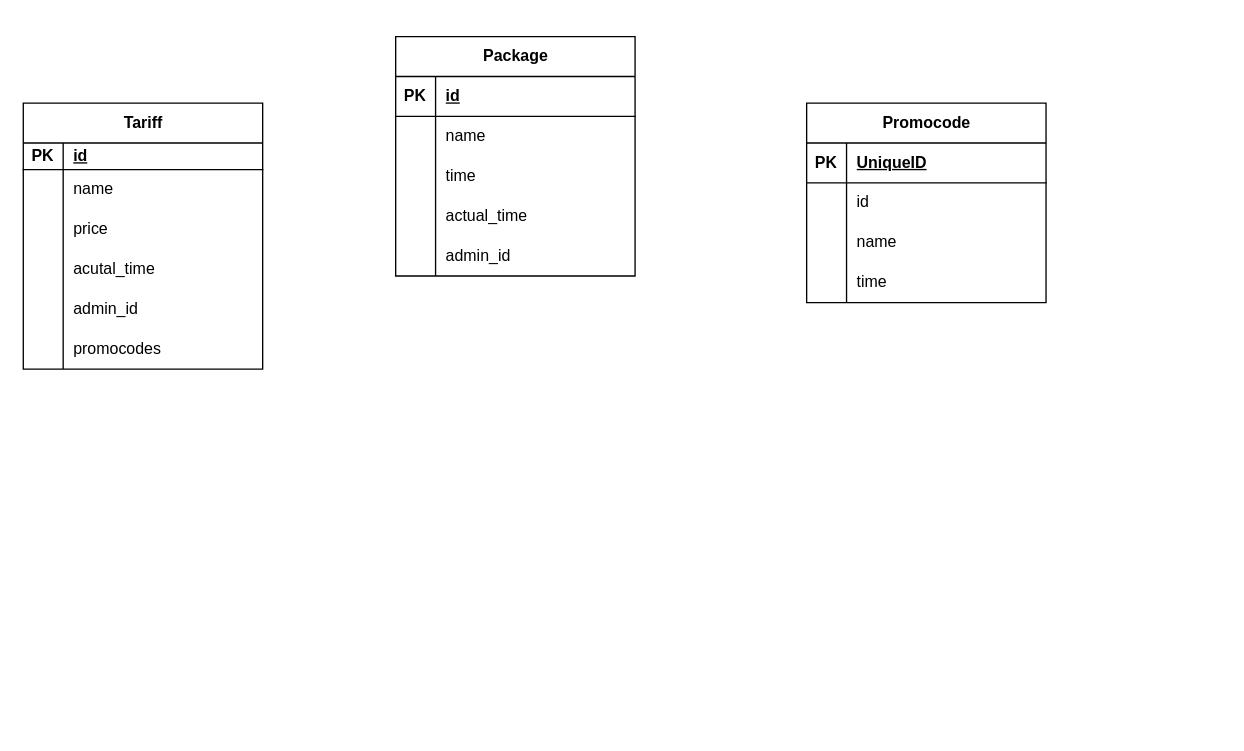
This is Диаграмма без названия.drawio from Asliddin3/api-gateway, a draw.io file, before an edit. Source tidied: cells renumbered, new cells numbered last; positions are measured from the earlier drawing's top-left corner, leaving out a move shared by most shapes. Both pictures are drawn from the tidied source at 133%, with x=0, y=0 at pixel (23, 36).
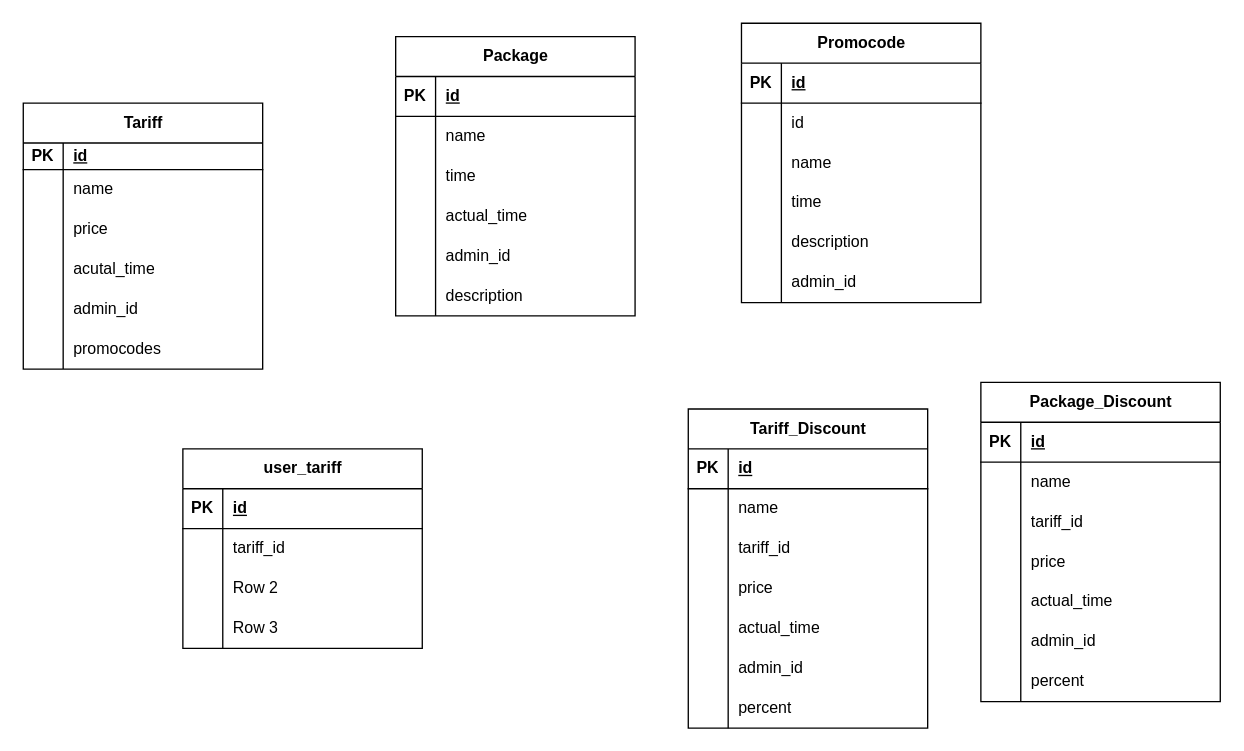
The same page after the edit.

Unchanged cells that the change refers to:
```xml
<mxCell id="38" style="shape=tableRow;horizontal=0;startSize=0;swimlaneHead=0;swimlaneBody=0;fillColor=none;top=0;left=0;right=0;bottom=1;" parent="37" vertex="1">
  <mxGeometry y="30" width="180" height="30" as="geometry" />
</mxCell>
```

Change to the diagram source:
```diff
@@
     <mxCell id="21" value="Package" style="shape=table;startSize=30;childLayout=tableLayout;rowLines=0;fontStyle=1;align=center;html=1;" parent="1" vertex="1">
-      <mxGeometry x="280" width="180" height="180" as="geometry" />
+      <mxGeometry x="280" width="180" height="210" as="geometry" />
     </mxCell>
@@
+    <mxCell id="50" style="shape=tableRow;horizontal=0;startSize=0;swimlaneHead=0;swimlaneBody=0;fillColor=none;top=0;left=0;right=0;bottom=0;" parent="21" vertex="1">
+      <mxGeometry y="180" width="180" height="30" as="geometry" />
+    </mxCell>
+    <mxCell id="51" style="shape=partialRectangle;fillColor=none;top=0;left=0;bottom=0;right=0;overflow=hidden;whiteSpace=wrap;html=1;" parent="50" vertex="1">
+      <mxGeometry width="30" height="30" as="geometry" />
+    </mxCell>
+    <mxCell id="52" value="description" style="shape=partialRectangle;fillColor=none;top=0;left=0;bottom=0;right=0;align=left;spacingLeft=6;overflow=hidden;whiteSpace=wrap;html=1;" parent="50" vertex="1">
+      <mxGeometry x="30" width="150" height="30" as="geometry" />
+    </mxCell>
     <mxCell id="37" value="Promocode" style="shape=table;startSize=30;childLayout=tableLayout;rowLines=0;fontStyle=1;align=center;html=1;" parent="1" vertex="1">
-      <mxGeometry x="589" y="50" width="180" height="150" as="geometry" />
+      <mxGeometry x="540" y="-10" width="180" height="210" as="geometry" />
     </mxCell>
@@
-    <mxCell id="40" value="UniqueID" style="shape=partialRectangle;fillColor=none;top=0;left=0;bottom=0;right=0;align=left;spacingLeft=6;fontStyle=5;overflow=hidden;whiteSpace=wrap;html=1;" parent="38" vertex="1">
+    <mxCell id="40" value="id" style="shape=partialRectangle;fillColor=none;top=0;left=0;bottom=0;right=0;align=left;spacingLeft=6;fontStyle=5;overflow=hidden;whiteSpace=wrap;html=1;" parent="38" vertex="1">
       <mxGeometry x="30" width="150" height="30" as="geometry" />
     </mxCell>
@@
+    <mxCell id="53" style="shape=tableRow;horizontal=0;startSize=0;swimlaneHead=0;swimlaneBody=0;fillColor=none;top=0;left=0;right=0;bottom=0;" parent="37" vertex="1">
+      <mxGeometry y="150" width="180" height="30" as="geometry" />
+    </mxCell>
+    <mxCell id="54" style="shape=partialRectangle;fillColor=none;top=0;left=0;bottom=0;right=0;overflow=hidden;whiteSpace=wrap;html=1;" parent="53" vertex="1">
+      <mxGeometry width="30" height="30" as="geometry" />
+    </mxCell>
+    <mxCell id="55" value="description" style="shape=partialRectangle;fillColor=none;top=0;left=0;bottom=0;right=0;align=left;spacingLeft=6;overflow=hidden;whiteSpace=wrap;html=1;" parent="53" vertex="1">
+      <mxGeometry x="30" width="150" height="30" as="geometry" />
+    </mxCell>
+    <mxCell id="56" style="shape=tableRow;horizontal=0;startSize=0;swimlaneHead=0;swimlaneBody=0;fillColor=none;top=0;left=0;right=0;bottom=0;" parent="37" vertex="1">
+      <mxGeometry y="180" width="180" height="30" as="geometry" />
+    </mxCell>
+    <mxCell id="57" style="shape=partialRectangle;fillColor=none;top=0;left=0;bottom=0;right=0;overflow=hidden;whiteSpace=wrap;html=1;" parent="56" vertex="1">
+      <mxGeometry width="30" height="30" as="geometry" />
+    </mxCell>
+    <mxCell id="58" value="admin_id" style="shape=partialRectangle;fillColor=none;top=0;left=0;bottom=0;right=0;align=left;spacingLeft=6;overflow=hidden;whiteSpace=wrap;html=1;" parent="56" vertex="1">
+      <mxGeometry x="30" width="150" height="30" as="geometry" />
+    </mxCell>
+    <mxCell id="59" value="Tariff_Discount" style="shape=table;startSize=30;childLayout=tableLayout;rowLines=0;fontStyle=1;align=center;html=1;" parent="1" vertex="1">
+      <mxGeometry x="500" y="280" width="180" height="240" as="geometry" />
+    </mxCell>
+    <mxCell id="60" style="shape=tableRow;horizontal=0;startSize=0;swimlaneHead=0;swimlaneBody=0;fillColor=none;top=0;left=0;right=0;bottom=1;" parent="59" vertex="1">
+      <mxGeometry y="30" width="180" height="30" as="geometry" />
+    </mxCell>
+    <mxCell id="61" value="PK" style="shape=partialRectangle;fillColor=none;top=0;left=0;bottom=0;right=0;fontStyle=1;overflow=hidden;whiteSpace=wrap;html=1;" parent="60" vertex="1">
+      <mxGeometry width="30" height="30" as="geometry" />
+    </mxCell>
+    <mxCell id="62" value="id" style="shape=partialRectangle;fillColor=none;top=0;left=0;bottom=0;right=0;align=left;spacingLeft=6;fontStyle=5;overflow=hidden;whiteSpace=wrap;html=1;" parent="60" vertex="1">
+      <mxGeometry x="30" width="150" height="30" as="geometry" />
+    </mxCell>
+    <mxCell id="63" style="shape=tableRow;horizontal=0;startSize=0;swimlaneHead=0;swimlaneBody=0;fillColor=none;top=0;left=0;right=0;bottom=0;" parent="59" vertex="1">
+      <mxGeometry y="60" width="180" height="30" as="geometry" />
+    </mxCell>
+    <mxCell id="64" style="shape=partialRectangle;fillColor=none;top=0;left=0;bottom=0;right=0;overflow=hidden;whiteSpace=wrap;html=1;" parent="63" vertex="1">
+      <mxGeometry width="30" height="30" as="geometry" />
+    </mxCell>
+    <mxCell id="65" value="name" style="shape=partialRectangle;fillColor=none;top=0;left=0;bottom=0;right=0;align=left;spacingLeft=6;overflow=hidden;whiteSpace=wrap;html=1;" parent="63" vertex="1">
+      <mxGeometry x="30" width="150" height="30" as="geometry" />
+    </mxCell>
+    <mxCell id="66" style="shape=tableRow;horizontal=0;startSize=0;swimlaneHead=0;swimlaneBody=0;fillColor=none;top=0;left=0;right=0;bottom=0;" parent="59" vertex="1">
+      <mxGeometry y="90" width="180" height="30" as="geometry" />
+    </mxCell>
+    <mxCell id="67" style="shape=partialRectangle;fillColor=none;top=0;left=0;bottom=0;right=0;overflow=hidden;whiteSpace=wrap;html=1;" parent="66" vertex="1">
+      <mxGeometry width="30" height="30" as="geometry" />
+    </mxCell>
+    <mxCell id="68" value="tariff_id" style="shape=partialRectangle;fillColor=none;top=0;left=0;bottom=0;right=0;align=left;spacingLeft=6;overflow=hidden;whiteSpace=wrap;html=1;" parent="66" vertex="1">
+      <mxGeometry x="30" width="150" height="30" as="geometry" />
+    </mxCell>
+    <mxCell id="69" style="shape=tableRow;horizontal=0;startSize=0;swimlaneHead=0;swimlaneBody=0;fillColor=none;top=0;left=0;right=0;bottom=0;" parent="59" vertex="1">
+      <mxGeometry y="120" width="180" height="30" as="geometry" />
+    </mxCell>
+    <mxCell id="70" style="shape=partialRectangle;fillColor=none;top=0;left=0;bottom=0;right=0;overflow=hidden;whiteSpace=wrap;html=1;" parent="69" vertex="1">
+      <mxGeometry width="30" height="30" as="geometry" />
+    </mxCell>
+    <mxCell id="71" value="price" style="shape=partialRectangle;fillColor=none;top=0;left=0;bottom=0;right=0;align=left;spacingLeft=6;overflow=hidden;whiteSpace=wrap;html=1;" parent="69" vertex="1">
+      <mxGeometry x="30" width="150" height="30" as="geometry" />
+    </mxCell>
+    <mxCell id="72" style="shape=tableRow;horizontal=0;startSize=0;swimlaneHead=0;swimlaneBody=0;fillColor=none;top=0;left=0;right=0;bottom=0;" parent="59" vertex="1">
+      <mxGeometry y="150" width="180" height="30" as="geometry" />
+    </mxCell>
+    <mxCell id="73" style="shape=partialRectangle;fillColor=none;top=0;left=0;bottom=0;right=0;overflow=hidden;whiteSpace=wrap;html=1;" parent="72" vertex="1">
+      <mxGeometry width="30" height="30" as="geometry" />
+    </mxCell>
+    <mxCell id="74" value="actual_time" style="shape=partialRectangle;fillColor=none;top=0;left=0;bottom=0;right=0;align=left;spacingLeft=6;overflow=hidden;whiteSpace=wrap;html=1;" parent="72" vertex="1">
+      <mxGeometry x="30" width="150" height="30" as="geometry" />
+    </mxCell>
+    <mxCell id="75" style="shape=tableRow;horizontal=0;startSize=0;swimlaneHead=0;swimlaneBody=0;fillColor=none;top=0;left=0;right=0;bottom=0;" parent="59" vertex="1">
+      <mxGeometry y="180" width="180" height="30" as="geometry" />
+    </mxCell>
+    <mxCell id="76" style="shape=partialRectangle;fillColor=none;top=0;left=0;bottom=0;right=0;overflow=hidden;whiteSpace=wrap;html=1;" parent="75" vertex="1">
+      <mxGeometry width="30" height="30" as="geometry" />
+    </mxCell>
+    <mxCell id="77" value="admin_id" style="shape=partialRectangle;fillColor=none;top=0;left=0;bottom=0;right=0;align=left;spacingLeft=6;overflow=hidden;whiteSpace=wrap;html=1;" parent="75" vertex="1">
+      <mxGeometry x="30" width="150" height="30" as="geometry" />
+    </mxCell>
+    <mxCell id="78" style="shape=tableRow;horizontal=0;startSize=0;swimlaneHead=0;swimlaneBody=0;fillColor=none;top=0;left=0;right=0;bottom=0;" parent="59" vertex="1">
+      <mxGeometry y="210" width="180" height="30" as="geometry" />
+    </mxCell>
+    <mxCell id="79" style="shape=partialRectangle;fillColor=none;top=0;left=0;bottom=0;right=0;overflow=hidden;whiteSpace=wrap;html=1;" parent="78" vertex="1">
+      <mxGeometry width="30" height="30" as="geometry" />
+    </mxCell>
+    <mxCell id="80" value="percent" style="shape=partialRectangle;fillColor=none;top=0;left=0;bottom=0;right=0;align=left;spacingLeft=6;overflow=hidden;whiteSpace=wrap;html=1;" parent="78" vertex="1">
+      <mxGeometry x="30" width="150" height="30" as="geometry" />
+    </mxCell>
+    <mxCell id="81" value="user_tariff" style="shape=table;startSize=30;childLayout=tableLayout;rowLines=0;fontStyle=1;align=center;html=1;" parent="1" vertex="1">
+      <mxGeometry x="120" y="310" width="180" height="150" as="geometry" />
+    </mxCell>
+    <mxCell id="82" style="shape=tableRow;horizontal=0;startSize=0;swimlaneHead=0;swimlaneBody=0;fillColor=none;top=0;left=0;right=0;bottom=1;" parent="81" vertex="1">
+      <mxGeometry y="30" width="180" height="30" as="geometry" />
+    </mxCell>
+    <mxCell id="83" value="PK" style="shape=partialRectangle;fillColor=none;top=0;left=0;bottom=0;right=0;fontStyle=1;overflow=hidden;whiteSpace=wrap;html=1;" parent="82" vertex="1">
+      <mxGeometry width="30" height="30" as="geometry" />
+    </mxCell>
+    <mxCell id="84" value="id" style="shape=partialRectangle;fillColor=none;top=0;left=0;bottom=0;right=0;align=left;spacingLeft=6;fontStyle=5;overflow=hidden;whiteSpace=wrap;html=1;" parent="82" vertex="1">
+      <mxGeometry x="30" width="150" height="30" as="geometry" />
+    </mxCell>
+    <mxCell id="85" style="shape=tableRow;horizontal=0;startSize=0;swimlaneHead=0;swimlaneBody=0;fillColor=none;top=0;left=0;right=0;bottom=0;" parent="81" vertex="1">
+      <mxGeometry y="60" width="180" height="30" as="geometry" />
+    </mxCell>
+    <mxCell id="86" style="shape=partialRectangle;fillColor=none;top=0;left=0;bottom=0;right=0;overflow=hidden;whiteSpace=wrap;html=1;" parent="85" vertex="1">
+      <mxGeometry width="30" height="30" as="geometry" />
+    </mxCell>
+    <mxCell id="87" value="tariff_id" style="shape=partialRectangle;fillColor=none;top=0;left=0;bottom=0;right=0;align=left;spacingLeft=6;overflow=hidden;whiteSpace=wrap;html=1;" parent="85" vertex="1">
+      <mxGeometry x="30" width="150" height="30" as="geometry" />
+    </mxCell>
+    <mxCell id="88" style="shape=tableRow;horizontal=0;startSize=0;swimlaneHead=0;swimlaneBody=0;fillColor=none;top=0;left=0;right=0;bottom=0;" parent="81" vertex="1">
+      <mxGeometry y="90" width="180" height="30" as="geometry" />
+    </mxCell>
+    <mxCell id="89" style="shape=partialRectangle;fillColor=none;top=0;left=0;bottom=0;right=0;overflow=hidden;whiteSpace=wrap;html=1;" parent="88" vertex="1">
+      <mxGeometry width="30" height="30" as="geometry" />
+    </mxCell>
+    <mxCell id="90" value="Row 2" style="shape=partialRectangle;fillColor=none;top=0;left=0;bottom=0;right=0;align=left;spacingLeft=6;overflow=hidden;whiteSpace=wrap;html=1;" parent="88" vertex="1">
+      <mxGeometry x="30" width="150" height="30" as="geometry" />
+    </mxCell>
+    <mxCell id="91" style="shape=tableRow;horizontal=0;startSize=0;swimlaneHead=0;swimlaneBody=0;fillColor=none;top=0;left=0;right=0;bottom=0;" parent="81" vertex="1">
+      <mxGeometry y="120" width="180" height="30" as="geometry" />
+    </mxCell>
+    <mxCell id="92" style="shape=partialRectangle;fillColor=none;top=0;left=0;bottom=0;right=0;overflow=hidden;whiteSpace=wrap;html=1;" parent="91" vertex="1">
+      <mxGeometry width="30" height="30" as="geometry" />
+    </mxCell>
+    <mxCell id="93" value="Row 3" style="shape=partialRectangle;fillColor=none;top=0;left=0;bottom=0;right=0;align=left;spacingLeft=6;overflow=hidden;whiteSpace=wrap;html=1;" parent="91" vertex="1">
+      <mxGeometry x="30" width="150" height="30" as="geometry" />
+    </mxCell>
+    <mxCell id="94" value="Package_Discount" style="shape=table;startSize=30;childLayout=tableLayout;rowLines=0;fontStyle=1;align=center;html=1;" parent="1" vertex="1">
+      <mxGeometry x="720" y="260" width="180" height="240" as="geometry" />
+    </mxCell>
+    <mxCell id="95" style="shape=tableRow;horizontal=0;startSize=0;swimlaneHead=0;swimlaneBody=0;fillColor=none;top=0;left=0;right=0;bottom=1;" parent="94" vertex="1">
+      <mxGeometry y="30" width="180" height="30" as="geometry" />
+    </mxCell>
+    <mxCell id="96" value="PK" style="shape=partialRectangle;fillColor=none;top=0;left=0;bottom=0;right=0;fontStyle=1;overflow=hidden;whiteSpace=wrap;html=1;" parent="95" vertex="1">
+      <mxGeometry width="30" height="30" as="geometry" />
+    </mxCell>
+    <mxCell id="97" value="id" style="shape=partialRectangle;fillColor=none;top=0;left=0;bottom=0;right=0;align=left;spacingLeft=6;fontStyle=5;overflow=hidden;whiteSpace=wrap;html=1;" parent="95" vertex="1">
+      <mxGeometry x="30" width="150" height="30" as="geometry" />
+    </mxCell>
+    <mxCell id="98" style="shape=tableRow;horizontal=0;startSize=0;swimlaneHead=0;swimlaneBody=0;fillColor=none;top=0;left=0;right=0;bottom=0;" parent="94" vertex="1">
+      <mxGeometry y="60" width="180" height="30" as="geometry" />
+    </mxCell>
+    <mxCell id="99" style="shape=partialRectangle;fillColor=none;top=0;left=0;bottom=0;right=0;overflow=hidden;whiteSpace=wrap;html=1;" parent="98" vertex="1">
+      <mxGeometry width="30" height="30" as="geometry" />
+    </mxCell>
+    <mxCell id="100" value="name" style="shape=partialRectangle;fillColor=none;top=0;left=0;bottom=0;right=0;align=left;spacingLeft=6;overflow=hidden;whiteSpace=wrap;html=1;" parent="98" vertex="1">
+      <mxGeometry x="30" width="150" height="30" as="geometry" />
+    </mxCell>
+    <mxCell id="101" style="shape=tableRow;horizontal=0;startSize=0;swimlaneHead=0;swimlaneBody=0;fillColor=none;top=0;left=0;right=0;bottom=0;" parent="94" vertex="1">
+      <mxGeometry y="90" width="180" height="30" as="geometry" />
+    </mxCell>
+    <mxCell id="102" style="shape=partialRectangle;fillColor=none;top=0;left=0;bottom=0;right=0;overflow=hidden;whiteSpace=wrap;html=1;" parent="101" vertex="1">
+      <mxGeometry width="30" height="30" as="geometry" />
+    </mxCell>
+    <mxCell id="103" value="tariff_id" style="shape=partialRectangle;fillColor=none;top=0;left=0;bottom=0;right=0;align=left;spacingLeft=6;overflow=hidden;whiteSpace=wrap;html=1;" parent="101" vertex="1">
+      <mxGeometry x="30" width="150" height="30" as="geometry" />
+    </mxCell>
+    <mxCell id="104" style="shape=tableRow;horizontal=0;startSize=0;swimlaneHead=0;swimlaneBody=0;fillColor=none;top=0;left=0;right=0;bottom=0;" parent="94" vertex="1">
+      <mxGeometry y="120" width="180" height="30" as="geometry" />
+    </mxCell>
+    <mxCell id="105" style="shape=partialRectangle;fillColor=none;top=0;left=0;bottom=0;right=0;overflow=hidden;whiteSpace=wrap;html=1;" parent="104" vertex="1">
+      <mxGeometry width="30" height="30" as="geometry" />
+    </mxCell>
+    <mxCell id="106" value="price" style="shape=partialRectangle;fillColor=none;top=0;left=0;bottom=0;right=0;align=left;spacingLeft=6;overflow=hidden;whiteSpace=wrap;html=1;" parent="104" vertex="1">
+      <mxGeometry x="30" width="150" height="30" as="geometry" />
+    </mxCell>
+    <mxCell id="107" style="shape=tableRow;horizontal=0;startSize=0;swimlaneHead=0;swimlaneBody=0;fillColor=none;top=0;left=0;right=0;bottom=0;" parent="94" vertex="1">
+      <mxGeometry y="150" width="180" height="30" as="geometry" />
+    </mxCell>
+    <mxCell id="108" style="shape=partialRectangle;fillColor=none;top=0;left=0;bottom=0;right=0;overflow=hidden;whiteSpace=wrap;html=1;" parent="107" vertex="1">
+      <mxGeometry width="30" height="30" as="geometry" />
+    </mxCell>
+    <mxCell id="109" value="actual_time" style="shape=partialRectangle;fillColor=none;top=0;left=0;bottom=0;right=0;align=left;spacingLeft=6;overflow=hidden;whiteSpace=wrap;html=1;" parent="107" vertex="1">
+      <mxGeometry x="30" width="150" height="30" as="geometry" />
+    </mxCell>
+    <mxCell id="110" style="shape=tableRow;horizontal=0;startSize=0;swimlaneHead=0;swimlaneBody=0;fillColor=none;top=0;left=0;right=0;bottom=0;" parent="94" vertex="1">
+      <mxGeometry y="180" width="180" height="30" as="geometry" />
+    </mxCell>
+    <mxCell id="111" style="shape=partialRectangle;fillColor=none;top=0;left=0;bottom=0;right=0;overflow=hidden;whiteSpace=wrap;html=1;" parent="110" vertex="1">
+      <mxGeometry width="30" height="30" as="geometry" />
+    </mxCell>
+    <mxCell id="112" value="admin_id" style="shape=partialRectangle;fillColor=none;top=0;left=0;bottom=0;right=0;align=left;spacingLeft=6;overflow=hidden;whiteSpace=wrap;html=1;" parent="110" vertex="1">
+      <mxGeometry x="30" width="150" height="30" as="geometry" />
+    </mxCell>
+    <mxCell id="113" style="shape=tableRow;horizontal=0;startSize=0;swimlaneHead=0;swimlaneBody=0;fillColor=none;top=0;left=0;right=0;bottom=0;" parent="94" vertex="1">
+      <mxGeometry y="210" width="180" height="30" as="geometry" />
+    </mxCell>
+    <mxCell id="114" style="shape=partialRectangle;fillColor=none;top=0;left=0;bottom=0;right=0;overflow=hidden;whiteSpace=wrap;html=1;" parent="113" vertex="1">
+      <mxGeometry width="30" height="30" as="geometry" />
+    </mxCell>
+    <mxCell id="115" value="percent" style="shape=partialRectangle;fillColor=none;top=0;left=0;bottom=0;right=0;align=left;spacingLeft=6;overflow=hidden;whiteSpace=wrap;html=1;" parent="113" vertex="1">
+      <mxGeometry x="30" width="150" height="30" as="geometry" />
+    </mxCell>
```
